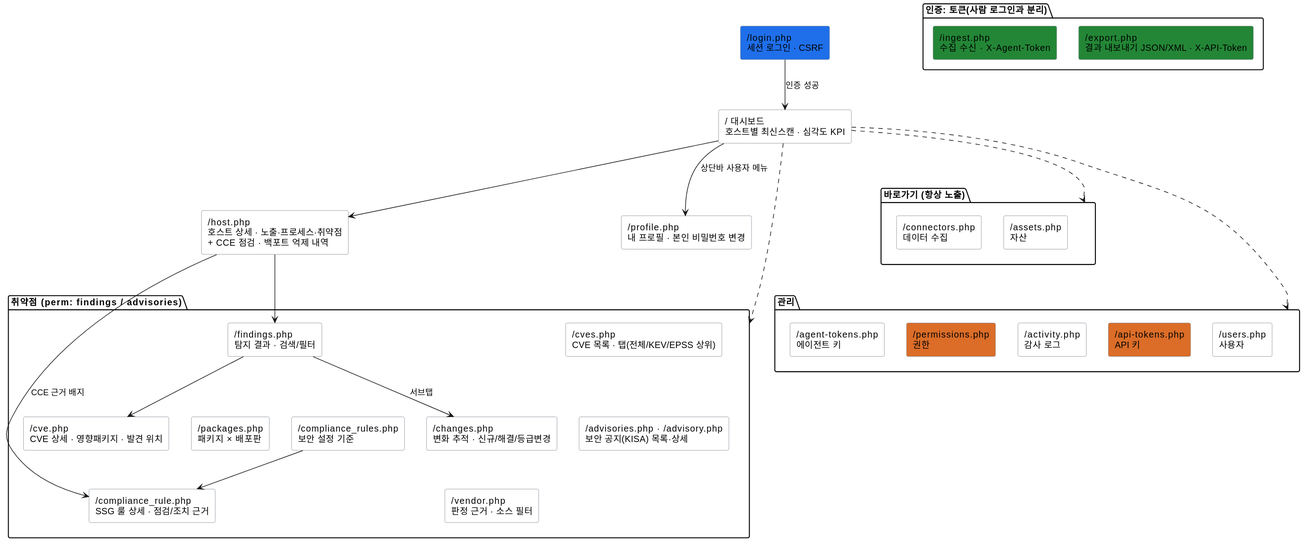
The PlantUML diagram docs/specs/diagrams/사이트맵.svg in JeongDoWook/vuln-agent, before a commit.
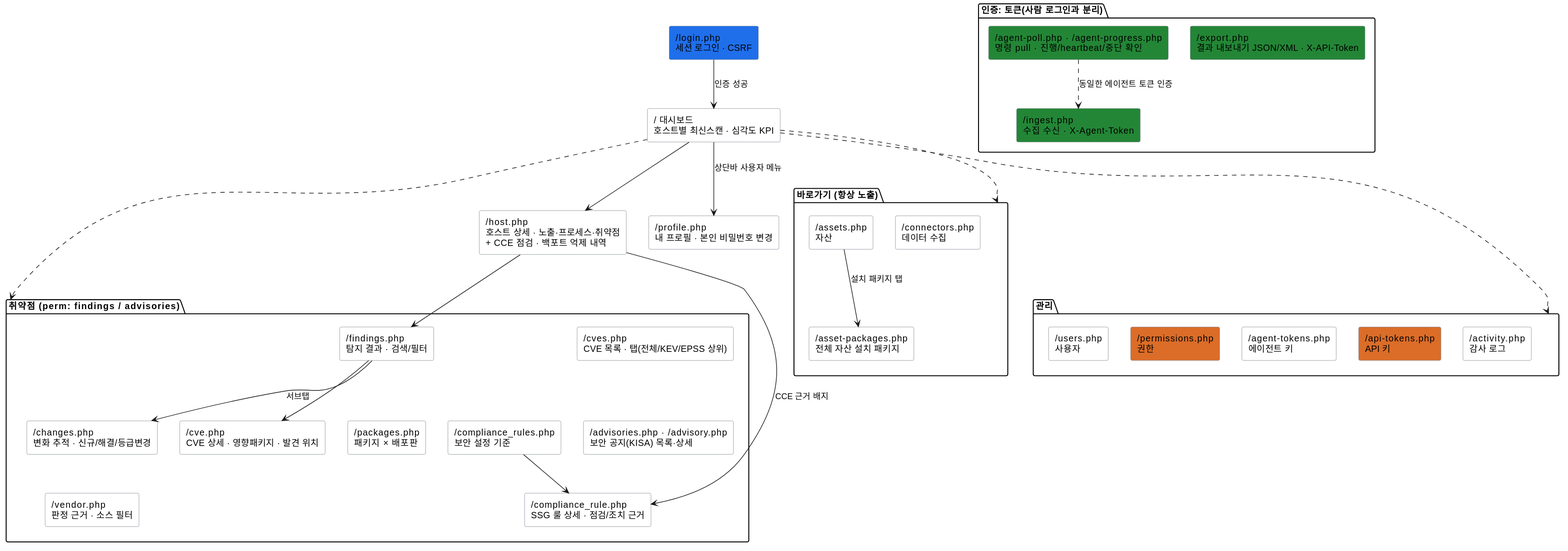
The same diagram one commit later.

What changed in the source:
```diff
@@ -25,6 +25,7 @@
 
 package "바로가기 (항상 노출)" as Quick {
     rectangle "/assets.php\n자산" as ASSETS
+    rectangle "/asset-packages.php\n전체 자산 설치 패키지" as APKG
     rectangle "/connectors.php\n데이터 수집" as CONN
 }
 
@@ -38,6 +39,7 @@
 
 package "인증: 토큰(사람 로그인과 분리)" as API {
     rectangle "/ingest.php\n수집 수신 · X-Agent-Token" as ING #238636
+    rectangle "/agent-poll.php · /agent-progress.php\n명령 pull · 진행/heartbeat/중단 확인" as APOLL #238636
     rectangle "/export.php\n결과 내보내기 JSON/XML · X-API-Token" as EXP #238636
 }
 
@@ -45,6 +47,7 @@
 DASH --> PROF : 상단바 사용자 메뉴
 
 DASH --> HOST
+ASSETS --> APKG : 설치 패키지 탭
 HOST --> FIND
 FIND --> CVE
 FIND --> CHG : 서브탭
@@ -63,4 +66,6 @@
 ASSETS -[hidden]down- USERS
 CONN   -[hidden]down- ATOK
 CONN   -[hidden]down- ACT
+
+APOLL ..> ING : 동일한 에이전트 토큰 인증
 @enduml
```
